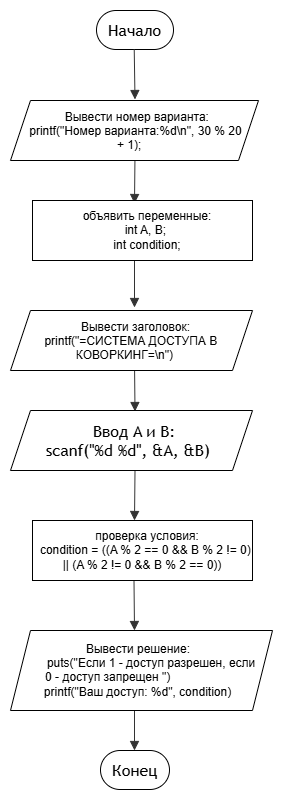
The draw.io diagram lab4home.png in ChudakovaKatya/lab4home, before a commit. Source tidied: cells renumbered, new cells last; positions are measured from the earlier drawing's top-left corner, leaving out a move shared by most shapes. Source of this version:
```xml
<mxGraphModel>
  <root>
    <mxCell id="0" />
    <mxCell id="1" parent="0" />
    <mxCell id="2" style="group;transparentBounds=1;editIcon=1;lockedGroup=0;groupPadding=10;" parent="1" vertex="1">
      <mxGeometry as="geometry" />
    </mxCell>
    <mxCell id="3" value="Начало" style="html=1;rounded=1;whiteSpace=wrap;arcSize=50;strokeWidth=1;fontFamily=Trebuchet MS,Verdana,Arial,sans-serif;fontSize=16;" parent="2" vertex="1">
      <mxGeometry x="224" y="30" width="77" height="39" as="geometry" />
    </mxCell>
    <mxCell id="4" value="Конец" style="html=1;rounded=1;whiteSpace=wrap;arcSize=50;strokeWidth=1;fontFamily=Trebuchet MS,Verdana,Arial,sans-serif;fontSize=16;" parent="2" vertex="1">
      <mxGeometry x="228" y="770" width="69" height="39" as="geometry" />
    </mxCell>
    <mxCell id="5" style="curved=1;startArrow=none;endArrow=block;endSize=7;strokeColor=light-dark(#333333,#cccccc);exitX=0.49;exitY=1;entryX=0.5;entryY=0;rounded=0;" parent="2" edge="1" source="3">
      <mxGeometry relative="1" as="geometry">
        <mxPoint x="262.5" y="119" as="targetPoint" />
      </mxGeometry>
    </mxCell>
    <mxCell id="6" style="curved=1;startArrow=none;endArrow=block;endSize=7;strokeColor=light-dark(#333333,#cccccc);exitX=0.5;exitY=1;entryX=0.5;entryY=0;rounded=0;" parent="2" edge="1">
      <mxGeometry relative="1" as="geometry">
        <mxPoint x="262.5" y="173" as="sourcePoint" />
        <mxPoint x="262" y="223" as="targetPoint" />
      </mxGeometry>
    </mxCell>
    <mxCell id="7" style="curved=1;startArrow=none;endArrow=block;endSize=7;strokeColor=light-dark(#333333,#cccccc);exitX=0.5;exitY=1;entryX=0.5;entryY=0;rounded=0;" parent="2" edge="1">
      <mxGeometry relative="1" as="geometry">
        <mxPoint x="262" y="277" as="sourcePoint" />
        <mxPoint x="262" y="327" as="targetPoint" />
      </mxGeometry>
    </mxCell>
    <mxCell id="8" style="curved=1;startArrow=none;endArrow=block;endSize=7;strokeColor=light-dark(#333333,#cccccc);exitX=0.5;exitY=1;entryX=0.5;entryY=0;rounded=0;entryDx=0;entryDy=0;" parent="2" edge="1">
      <mxGeometry relative="1" as="geometry">
        <mxPoint x="262" y="381" as="sourcePoint" />
        <mxPoint x="262.5" y="431" as="targetPoint" />
      </mxGeometry>
    </mxCell>
    <mxCell id="9" style="curved=1;startArrow=none;endArrow=block;endSize=7;strokeColor=light-dark(#333333,#cccccc);exitX=0.5;exitY=1;entryX=0.5;entryY=0;rounded=0;" parent="2" edge="1">
      <mxGeometry relative="1" as="geometry">
        <mxPoint x="262.5" y="490" as="sourcePoint" />
        <mxPoint x="262" y="540" as="targetPoint" />
      </mxGeometry>
    </mxCell>
    <mxCell id="10" style="curved=1;startArrow=none;endArrow=block;endSize=7;strokeColor=light-dark(#333333,#cccccc);exitX=0.5;exitY=1;entryX=0.5;entryY=0;rounded=0;" parent="2" edge="1">
      <mxGeometry relative="1" as="geometry">
        <mxPoint x="261.5" y="600" as="sourcePoint" />
        <mxPoint x="262" y="650" as="targetPoint" />
      </mxGeometry>
    </mxCell>
    <mxCell id="11" style="curved=1;startArrow=none;endArrow=block;endSize=7;strokeColor=light-dark(#333333,#cccccc);exitX=0.5;exitY=1;entryX=0.5;entryY=0;rounded=0;" parent="2" edge="1">
      <mxGeometry relative="1" as="geometry">
        <mxPoint x="262" y="720" as="sourcePoint" />
        <mxPoint x="262" y="770" as="targetPoint" />
      </mxGeometry>
    </mxCell>
    <mxCell id="12" value="Вывести номер варианта:&amp;nbsp; &amp;nbsp;&lt;span style=&quot;background-color: transparent; color: light-dark(rgb(0, 0, 0), rgb(255, 255, 255));&quot;&gt;printf(&quot;Номер варианта:%d\n&quot;, 30 % 20 + 1);&lt;/span&gt;&lt;div&gt;&lt;br&gt;&lt;/div&gt;" style="shape=parallelogram;perimeter=parallelogramPerimeter;whiteSpace=wrap;html=1;shapeInside=1;fixedSize=1;" parent="2" vertex="1">
      <mxGeometry x="138" y="120" width="248" height="60" as="geometry" />
    </mxCell>
    <mxCell id="13" value="&amp;nbsp; &amp;nbsp; &amp;nbsp; &amp;nbsp; &amp;nbsp; &amp;nbsp; &amp;nbsp; объявить переменные:&amp;nbsp; &amp;nbsp; &amp;nbsp; &amp;nbsp; &amp;nbsp; &amp;nbsp; &amp;nbsp; &amp;nbsp; &lt;span style=&quot;background-color: transparent;&quot;&gt;int A, B;&amp;nbsp;&amp;nbsp;&lt;/span&gt;&lt;div&gt;&amp;nbsp; &amp;nbsp; int condition;&amp;nbsp;&lt;/div&gt;" style="rounded=0;whiteSpace=wrap;html=1;" parent="2" vertex="1">
      <mxGeometry x="160" y="220" width="220" height="60" as="geometry" />
    </mxCell>
    <mxCell id="14" value="Вывести заголовок: printf(&quot;=СИСТЕМА ДОСТУПА В КОВОРКИНГ=\n&quot;)&amp;nbsp;" style="shape=parallelogram;perimeter=parallelogramPerimeter;whiteSpace=wrap;html=1;shapeInside=1;fixedSize=1;" parent="2" vertex="1">
      <mxGeometry x="138" y="330" width="242" height="60" as="geometry" />
    </mxCell>
    <mxCell id="15" value="&amp;nbsp; &amp;nbsp; &amp;nbsp; &amp;nbsp; &amp;nbsp; &amp;nbsp; &amp;nbsp; &amp;nbsp; &amp;nbsp; проверка условия:&amp;nbsp; &amp;nbsp; &amp;nbsp; &amp;nbsp; &amp;nbsp; &amp;nbsp; &amp;nbsp; &amp;nbsp; &amp;nbsp; condition = ((A % 2 == 0 &amp;amp;&amp;amp; B % 2 != 0) || (A % 2 != 0 &amp;amp;&amp;amp; B % 2 == 0))" style="rounded=0;whiteSpace=wrap;html=1;" parent="2" vertex="1">
      <mxGeometry x="160" y="540" width="220" height="60" as="geometry" />
    </mxCell>
    <mxCell id="16" value="&lt;span style=&quot;font-family: &amp;quot;Trebuchet MS&amp;quot;, Verdana, Arial, sans-serif; font-size: 16px;&quot;&gt;Ввод A и B:&lt;/span&gt;&lt;div style=&quot;font-family: &amp;quot;Trebuchet MS&amp;quot;, Verdana, Arial, sans-serif; font-size: 16px;&quot;&gt;scanf(&quot;%d %d&quot;, &amp;amp;A, &amp;amp;B)&lt;/div&gt;" style="shape=parallelogram;perimeter=parallelogramPerimeter;whiteSpace=wrap;html=1;shapeInside=1;fixedSize=1;" parent="2" vertex="1">
      <mxGeometry x="138" y="430" width="242" height="60" as="geometry" />
    </mxCell>
    <mxCell id="17" value="&amp;nbsp; &amp;nbsp; &amp;nbsp; &amp;nbsp; &amp;nbsp; &amp;nbsp; &amp;nbsp; &amp;nbsp; Вывести решение:&amp;nbsp; &amp;nbsp; &amp;nbsp; &amp;nbsp; &amp;nbsp; &amp;nbsp; &amp;nbsp; &amp;nbsp; &amp;nbsp; &amp;nbsp; &amp;nbsp; &amp;nbsp; &amp;nbsp; &amp;nbsp;&lt;span style=&quot;text-decoration-line: inherit; background-color: transparent; color: light-dark(rgb(0, 0, 0), rgb(255, 255, 255));&quot;&gt;puts(&quot;Если 1 - доступ разрешен, если 0 - доступ запрещен &quot;)&amp;nbsp; &amp;nbsp; &amp;nbsp; &amp;nbsp; &amp;nbsp; &amp;nbsp; &amp;nbsp; &amp;nbsp; &amp;nbsp; &amp;nbsp; &amp;nbsp;&lt;/span&gt;&lt;span style=&quot;background-color: transparent;&quot;&gt;printf(&quot;Ваш доступ: %d&quot;, condition)&lt;/span&gt;" style="shape=parallelogram;perimeter=parallelogramPerimeter;whiteSpace=wrap;html=1;shapeInside=1;fixedSize=1;" parent="2" vertex="1">
      <mxGeometry x="138" y="650" width="262" height="80" as="geometry" />
    </mxCell>
  </root>
</mxGraphModel>
```
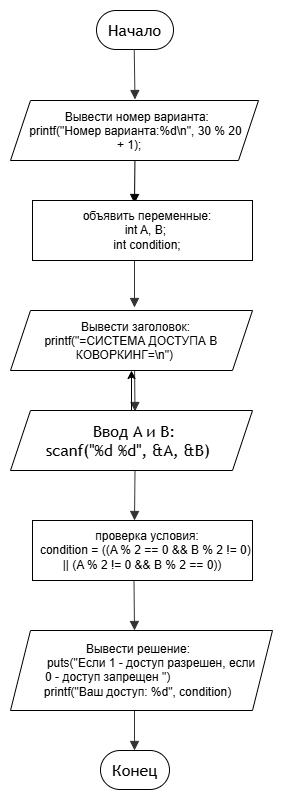
The same file after the commit.

The edit, as a diff of the source:
```diff
@@ -16,13 +16,13 @@
         <mxPoint x="262.5" y="119" as="targetPoint" />
       </mxGeometry>
     </mxCell>
-    <mxCell id="6" style="curved=1;startArrow=none;endArrow=block;endSize=7;strokeColor=light-dark(#333333,#cccccc);exitX=0.5;exitY=1;entryX=0.5;entryY=0;rounded=0;" parent="2" edge="1">
+    <mxCell id="6" style="curved=1;startArrow=none;endArrow=block;endSize=7;exitX=0.5;exitY=1;entryX=0.5;entryY=0;rounded=0;strokeColor=light-dark(#000000,#000000);" parent="2" edge="1">
       <mxGeometry relative="1" as="geometry">
         <mxPoint x="262.5" y="173" as="sourcePoint" />
         <mxPoint x="262" y="223" as="targetPoint" />
       </mxGeometry>
     </mxCell>
-    <mxCell id="7" style="curved=1;startArrow=none;endArrow=block;endSize=7;strokeColor=light-dark(#333333,#cccccc);exitX=0.5;exitY=1;entryX=0.5;entryY=0;rounded=0;" parent="2" edge="1">
+    <mxCell id="7" style="curved=1;startArrow=none;endArrow=block;endSize=7;strokeColor=light-dark(#333333,#000000);exitX=0.5;exitY=1;entryX=0.5;entryY=0;rounded=0;" parent="2" edge="1">
       <mxGeometry relative="1" as="geometry">
         <mxPoint x="262" y="277" as="sourcePoint" />
         <mxPoint x="262" y="327" as="targetPoint" />
@@ -34,19 +34,19 @@
         <mxPoint x="262.5" y="431" as="targetPoint" />
       </mxGeometry>
     </mxCell>
-    <mxCell id="9" style="curved=1;startArrow=none;endArrow=block;endSize=7;strokeColor=light-dark(#333333,#cccccc);exitX=0.5;exitY=1;entryX=0.5;entryY=0;rounded=0;" parent="2" edge="1">
+    <mxCell id="9" style="curved=1;startArrow=none;endArrow=block;endSize=7;strokeColor=light-dark(#333333,#000000);exitX=0.5;exitY=1;entryX=0.5;entryY=0;rounded=0;" parent="2" edge="1">
       <mxGeometry relative="1" as="geometry">
         <mxPoint x="262.5" y="490" as="sourcePoint" />
         <mxPoint x="262" y="540" as="targetPoint" />
       </mxGeometry>
     </mxCell>
-    <mxCell id="10" style="curved=1;startArrow=none;endArrow=block;endSize=7;strokeColor=light-dark(#333333,#cccccc);exitX=0.5;exitY=1;entryX=0.5;entryY=0;rounded=0;" parent="2" edge="1">
+    <mxCell id="10" style="curved=1;startArrow=none;endArrow=block;endSize=7;strokeColor=light-dark(#333333,#000000);exitX=0.5;exitY=1;entryX=0.5;entryY=0;rounded=0;" parent="2" edge="1">
       <mxGeometry relative="1" as="geometry">
         <mxPoint x="261.5" y="600" as="sourcePoint" />
         <mxPoint x="262" y="650" as="targetPoint" />
       </mxGeometry>
     </mxCell>
-    <mxCell id="11" style="curved=1;startArrow=none;endArrow=block;endSize=7;strokeColor=light-dark(#333333,#cccccc);exitX=0.5;exitY=1;entryX=0.5;entryY=0;rounded=0;" parent="2" edge="1">
+    <mxCell id="11" style="curved=1;startArrow=none;endArrow=block;endSize=7;strokeColor=light-dark(#333333,#000000);exitX=0.5;exitY=1;entryX=0.5;entryY=0;rounded=0;" parent="2" edge="1">
       <mxGeometry relative="1" as="geometry">
         <mxPoint x="262" y="720" as="sourcePoint" />
         <mxPoint x="262" y="770" as="targetPoint" />
@@ -64,6 +64,9 @@
     <mxCell id="15" value="&amp;nbsp; &amp;nbsp; &amp;nbsp; &amp;nbsp; &amp;nbsp; &amp;nbsp; &amp;nbsp; &amp;nbsp; &amp;nbsp; проверка условия:&amp;nbsp; &amp;nbsp; &amp;nbsp; &amp;nbsp; &amp;nbsp; &amp;nbsp; &amp;nbsp; &amp;nbsp; &amp;nbsp; condition = ((A % 2 == 0 &amp;amp;&amp;amp; B % 2 != 0) || (A % 2 != 0 &amp;amp;&amp;amp; B % 2 == 0))" style="rounded=0;whiteSpace=wrap;html=1;" parent="2" vertex="1">
       <mxGeometry x="160" y="540" width="220" height="60" as="geometry" />
     </mxCell>
+    <mxCell id="18" style="edgeStyle=orthogonalEdgeStyle;rounded=0;jettySize=auto;html=1;strokeColor=light-dark(#000000,#000000);" parent="2" edge="1" source="16" target="14">
+      <mxGeometry relative="1" as="geometry" />
+    </mxCell>
     <mxCell id="16" value="&lt;span style=&quot;font-family: &amp;quot;Trebuchet MS&amp;quot;, Verdana, Arial, sans-serif; font-size: 16px;&quot;&gt;Ввод A и B:&lt;/span&gt;&lt;div style=&quot;font-family: &amp;quot;Trebuchet MS&amp;quot;, Verdana, Arial, sans-serif; font-size: 16px;&quot;&gt;scanf(&quot;%d %d&quot;, &amp;amp;A, &amp;amp;B)&lt;/div&gt;" style="shape=parallelogram;perimeter=parallelogramPerimeter;whiteSpace=wrap;html=1;shapeInside=1;fixedSize=1;" parent="2" vertex="1">
       <mxGeometry x="138" y="430" width="242" height="60" as="geometry" />
     </mxCell>
```
